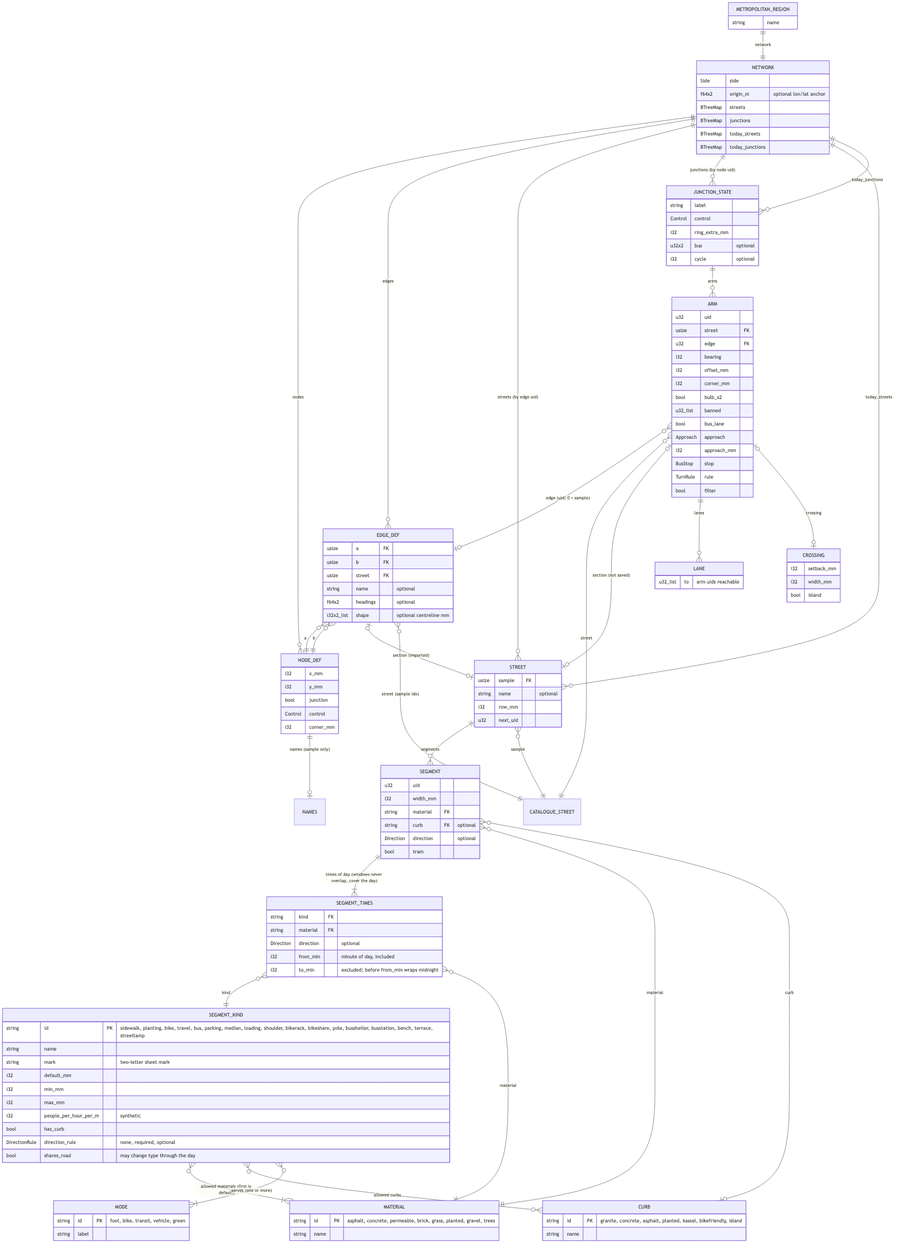
The Mermaid diagram docs/erd.png in alandovskis/cityloom, before a commit. Its source is kept beside it as docs/erd.mmd.
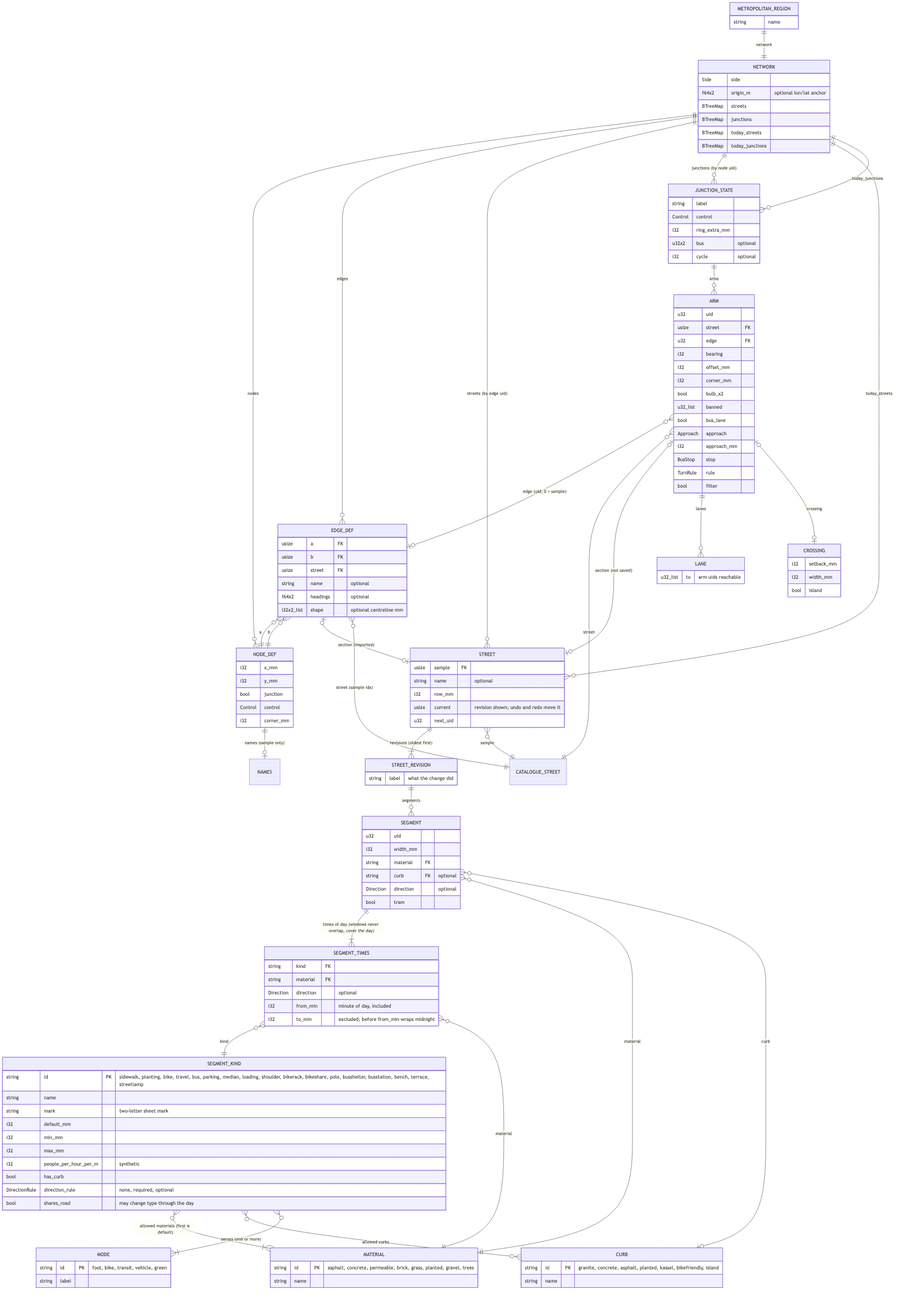
Later version of the same file.

Commit message:
docs(erd): a street stores its changes as StreetRevisions

Diff of the diagram source:
```diff
@@ -13,7 +13,8 @@
     EDGE_DEF |o--o| STREET : "section (imported)"
     EDGE_DEF }o--|| CATALOGUE_STREET : "street (sample idx)"
 
-    STREET ||--o{ SEGMENT : segments
+    STREET ||--|{ STREET_REVISION : "revisions (oldest first)"
+    STREET_REVISION ||--o{ SEGMENT : segments
     STREET }o--|| CATALOGUE_STREET : "sample"
     SEGMENT ||--|{ SEGMENT_TIMES : "times of day (windows never overlap, cover the day)"
     SEGMENT_TIMES }o--|| SEGMENT_KIND : kind
@@ -61,7 +62,11 @@
         usize sample FK
         string name "optional"
         i32 row_mm
+        usize current "revision shown; undo and redo move it"
         u32 next_uid
+    }
+    STREET_REVISION {
+        string label "what the change did"
     }
     SEGMENT {
         u32 uid
```
